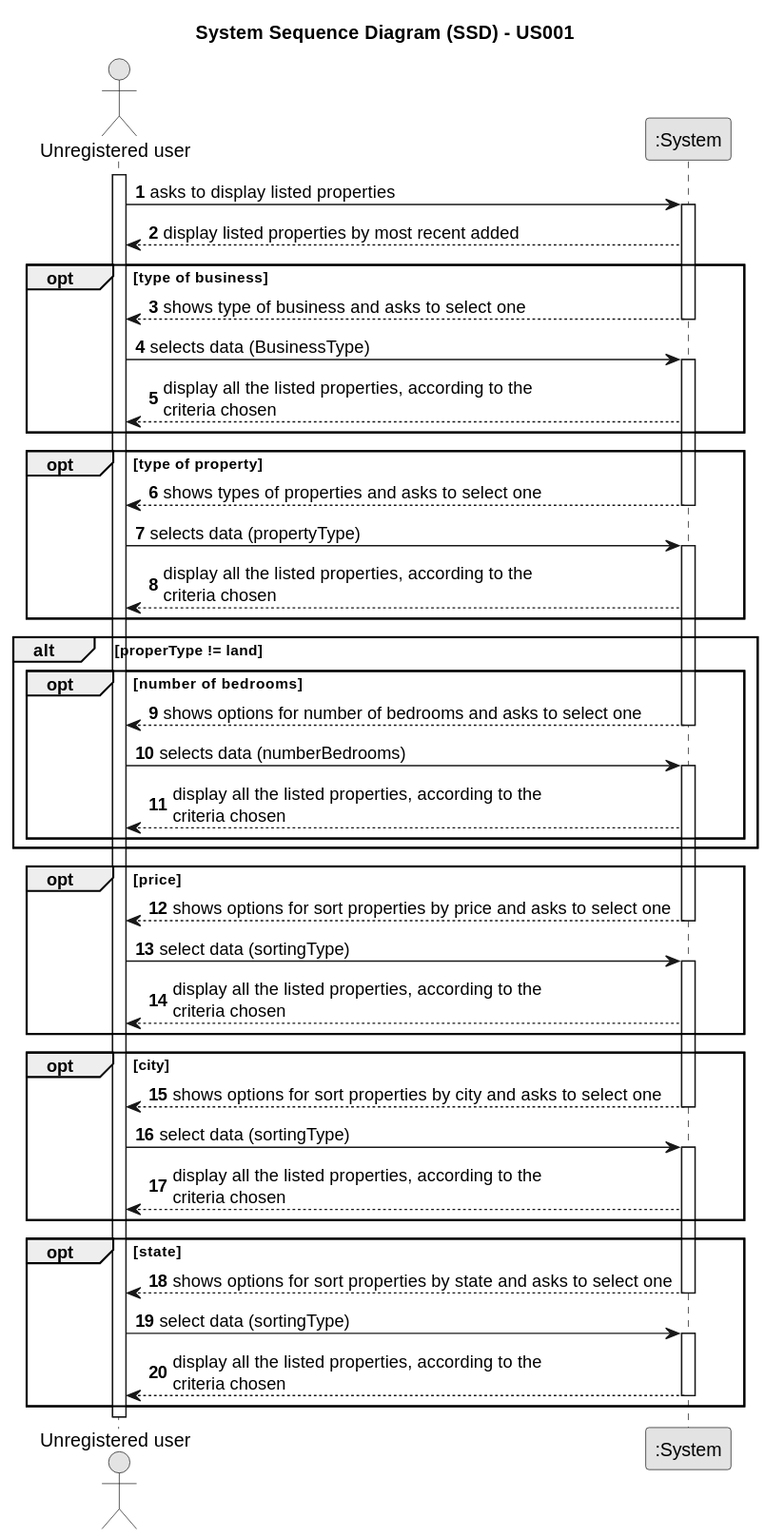
Above: docs/sprintB/us001/01.requirements-engineering/svg/us001-system-sequence-diagram.svg in rita-barbosa/LAPR2-2223 (PlantUML), before the change.
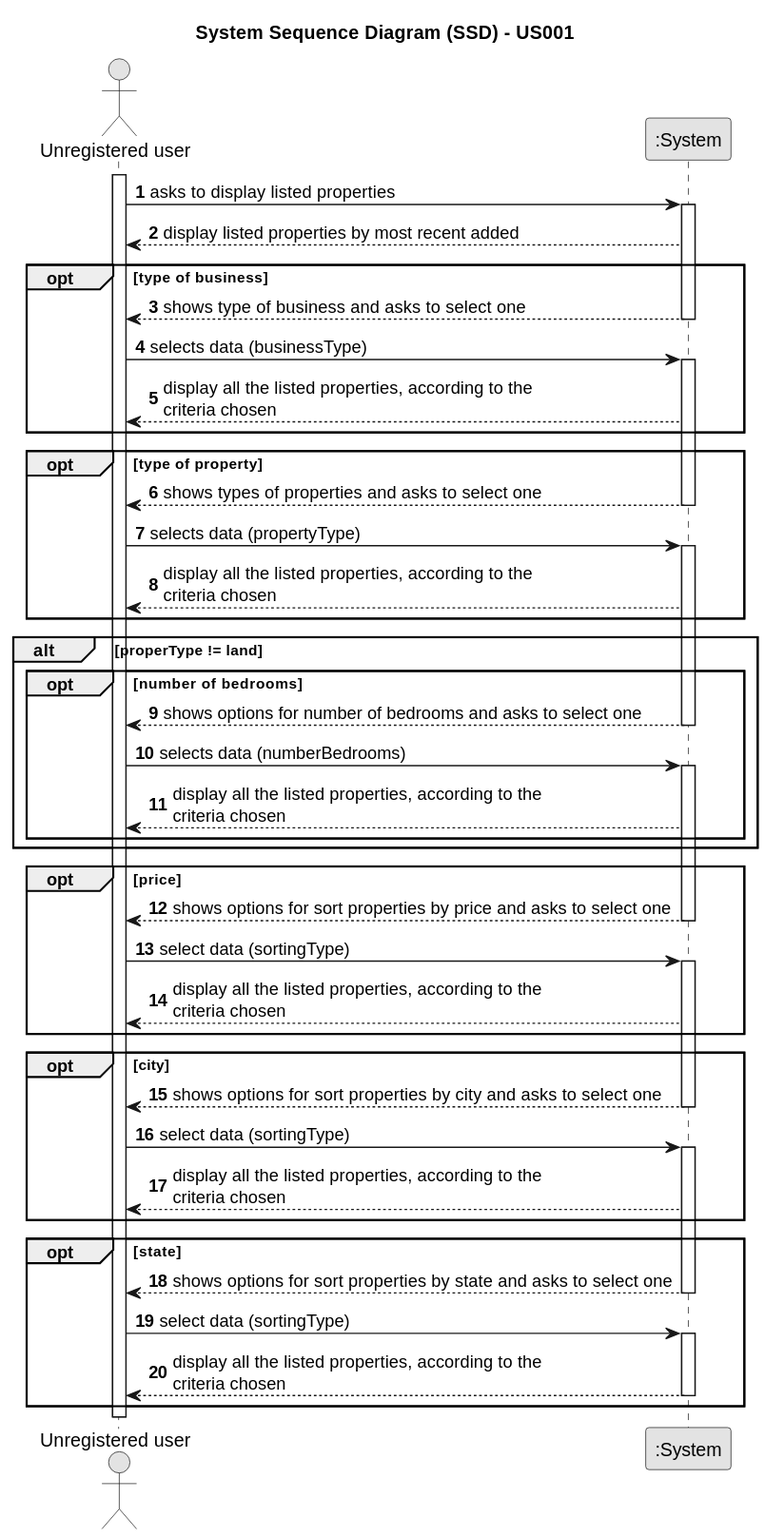
The same file after the commit.

Commit message:
Update System Sequence Diagram [US001][Requirements Engineering].

Change to the diagram source:
```diff
@@ -21,7 +21,7 @@
         System --> User : shows type of business and asks to select one
         deactivate System
 
-        User -> System : selects data (BusinessType)
+        User -> System : selects data (businessType)
         activate System
 
         System --> User : display all the listed properties, according to the \ncriteria chosen
```
